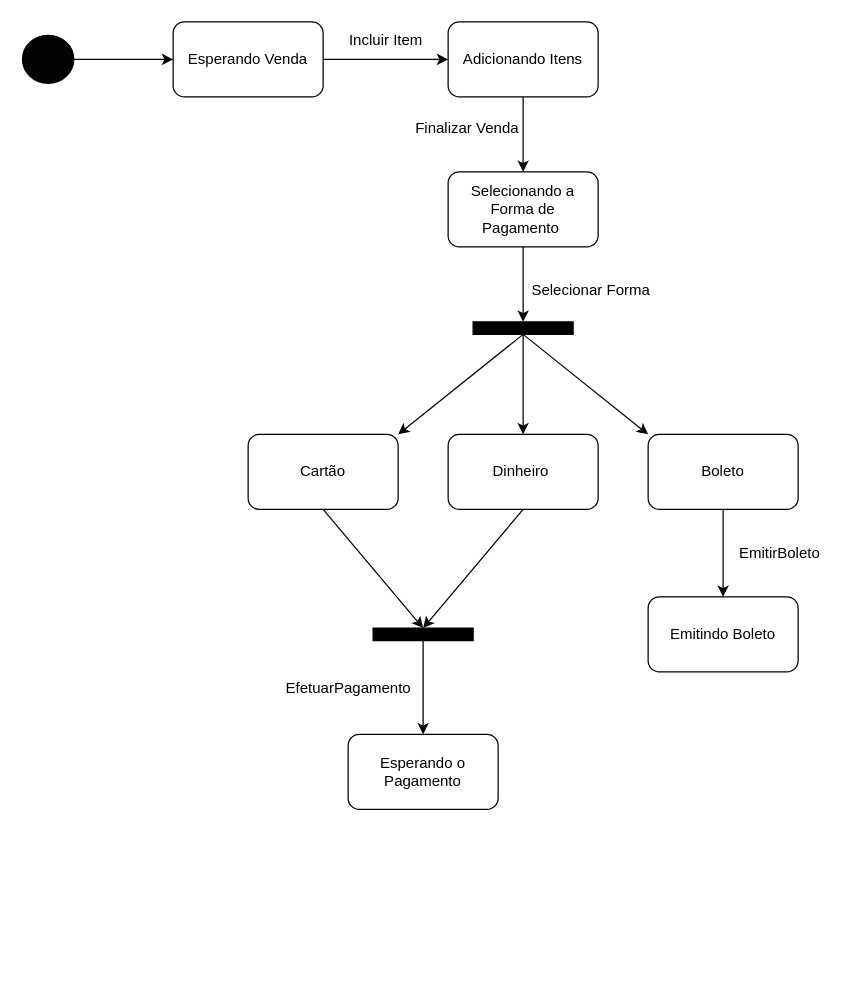
Above: Diagrama sem nome.drawio in kemueldematos/Desenvolvimento-de-Sistemas-I (draw.io), before the change. Source tidied: cells renumbered, new cells numbered last; positions are measured from the earlier drawing's top-left corner, leaving out a move shared by most shapes. Both pictures are drawn from the tidied source at 125%, with x=0, y=0 at pixel (22, 21).
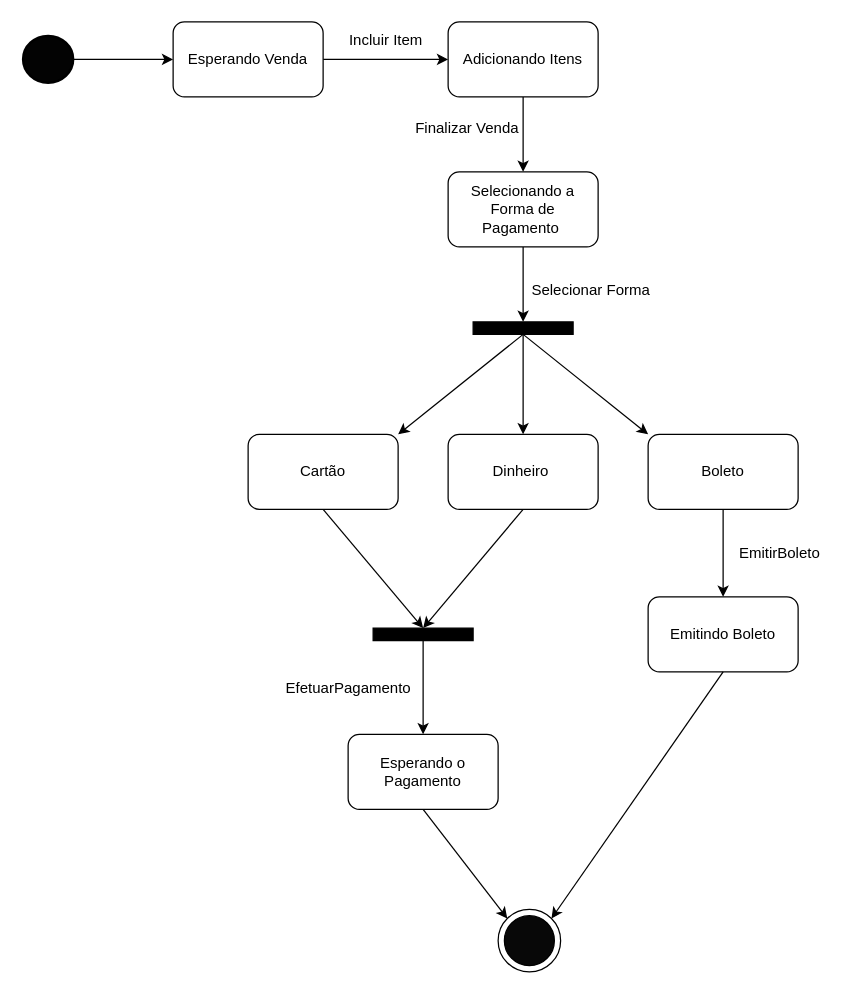
The same diagram, later.

Unchanged cells that the change refers to:
```xml
<mxCell id="21" value="Emitindo Boleto" style="rounded=1;whiteSpace=wrap;html=1;" parent="1" vertex="1">
  <mxGeometry x="500" y="460" width="120" height="60" as="geometry" />
</mxCell>
<mxCell id="26" value="Esperando o Pagamento" style="rounded=1;whiteSpace=wrap;html=1;" parent="1" vertex="1">
  <mxGeometry x="260" y="570" width="120" height="60" as="geometry" />
</mxCell>
```

Diff of the diagram source:
```diff
@@
+    <mxCell id="29" style="ellipse;whiteSpace=wrap;html=1;" parent="1" vertex="1">
+      <mxGeometry x="380" y="710" width="50" height="50" as="geometry" />
+    </mxCell>
+    <mxCell id="30" style="ellipse;whiteSpace=wrap;html=1;fillColor=#080808;" parent="1" vertex="1">
+      <mxGeometry x="385" y="715" width="40" height="40" as="geometry" />
+    </mxCell>
+    <mxCell id="31" style="edgeStyle=none;jettySize=auto;html=1;rounded=0;exitX=0.5;exitY=1;exitDx=0;exitDy=0;entryX=1;entryY=0;entryDx=0;entryDy=0;" parent="1" edge="1" source="21" target="29">
+      <mxGeometry relative="1" as="geometry" />
+    </mxCell>
+    <mxCell id="32" style="edgeStyle=none;jettySize=auto;html=1;rounded=0;exitX=0.5;exitY=1;exitDx=0;exitDy=0;entryX=0;entryY=0;entryDx=0;entryDy=0;" parent="1" edge="1" source="26" target="29">
+      <mxGeometry relative="1" as="geometry" />
+    </mxCell>
```
